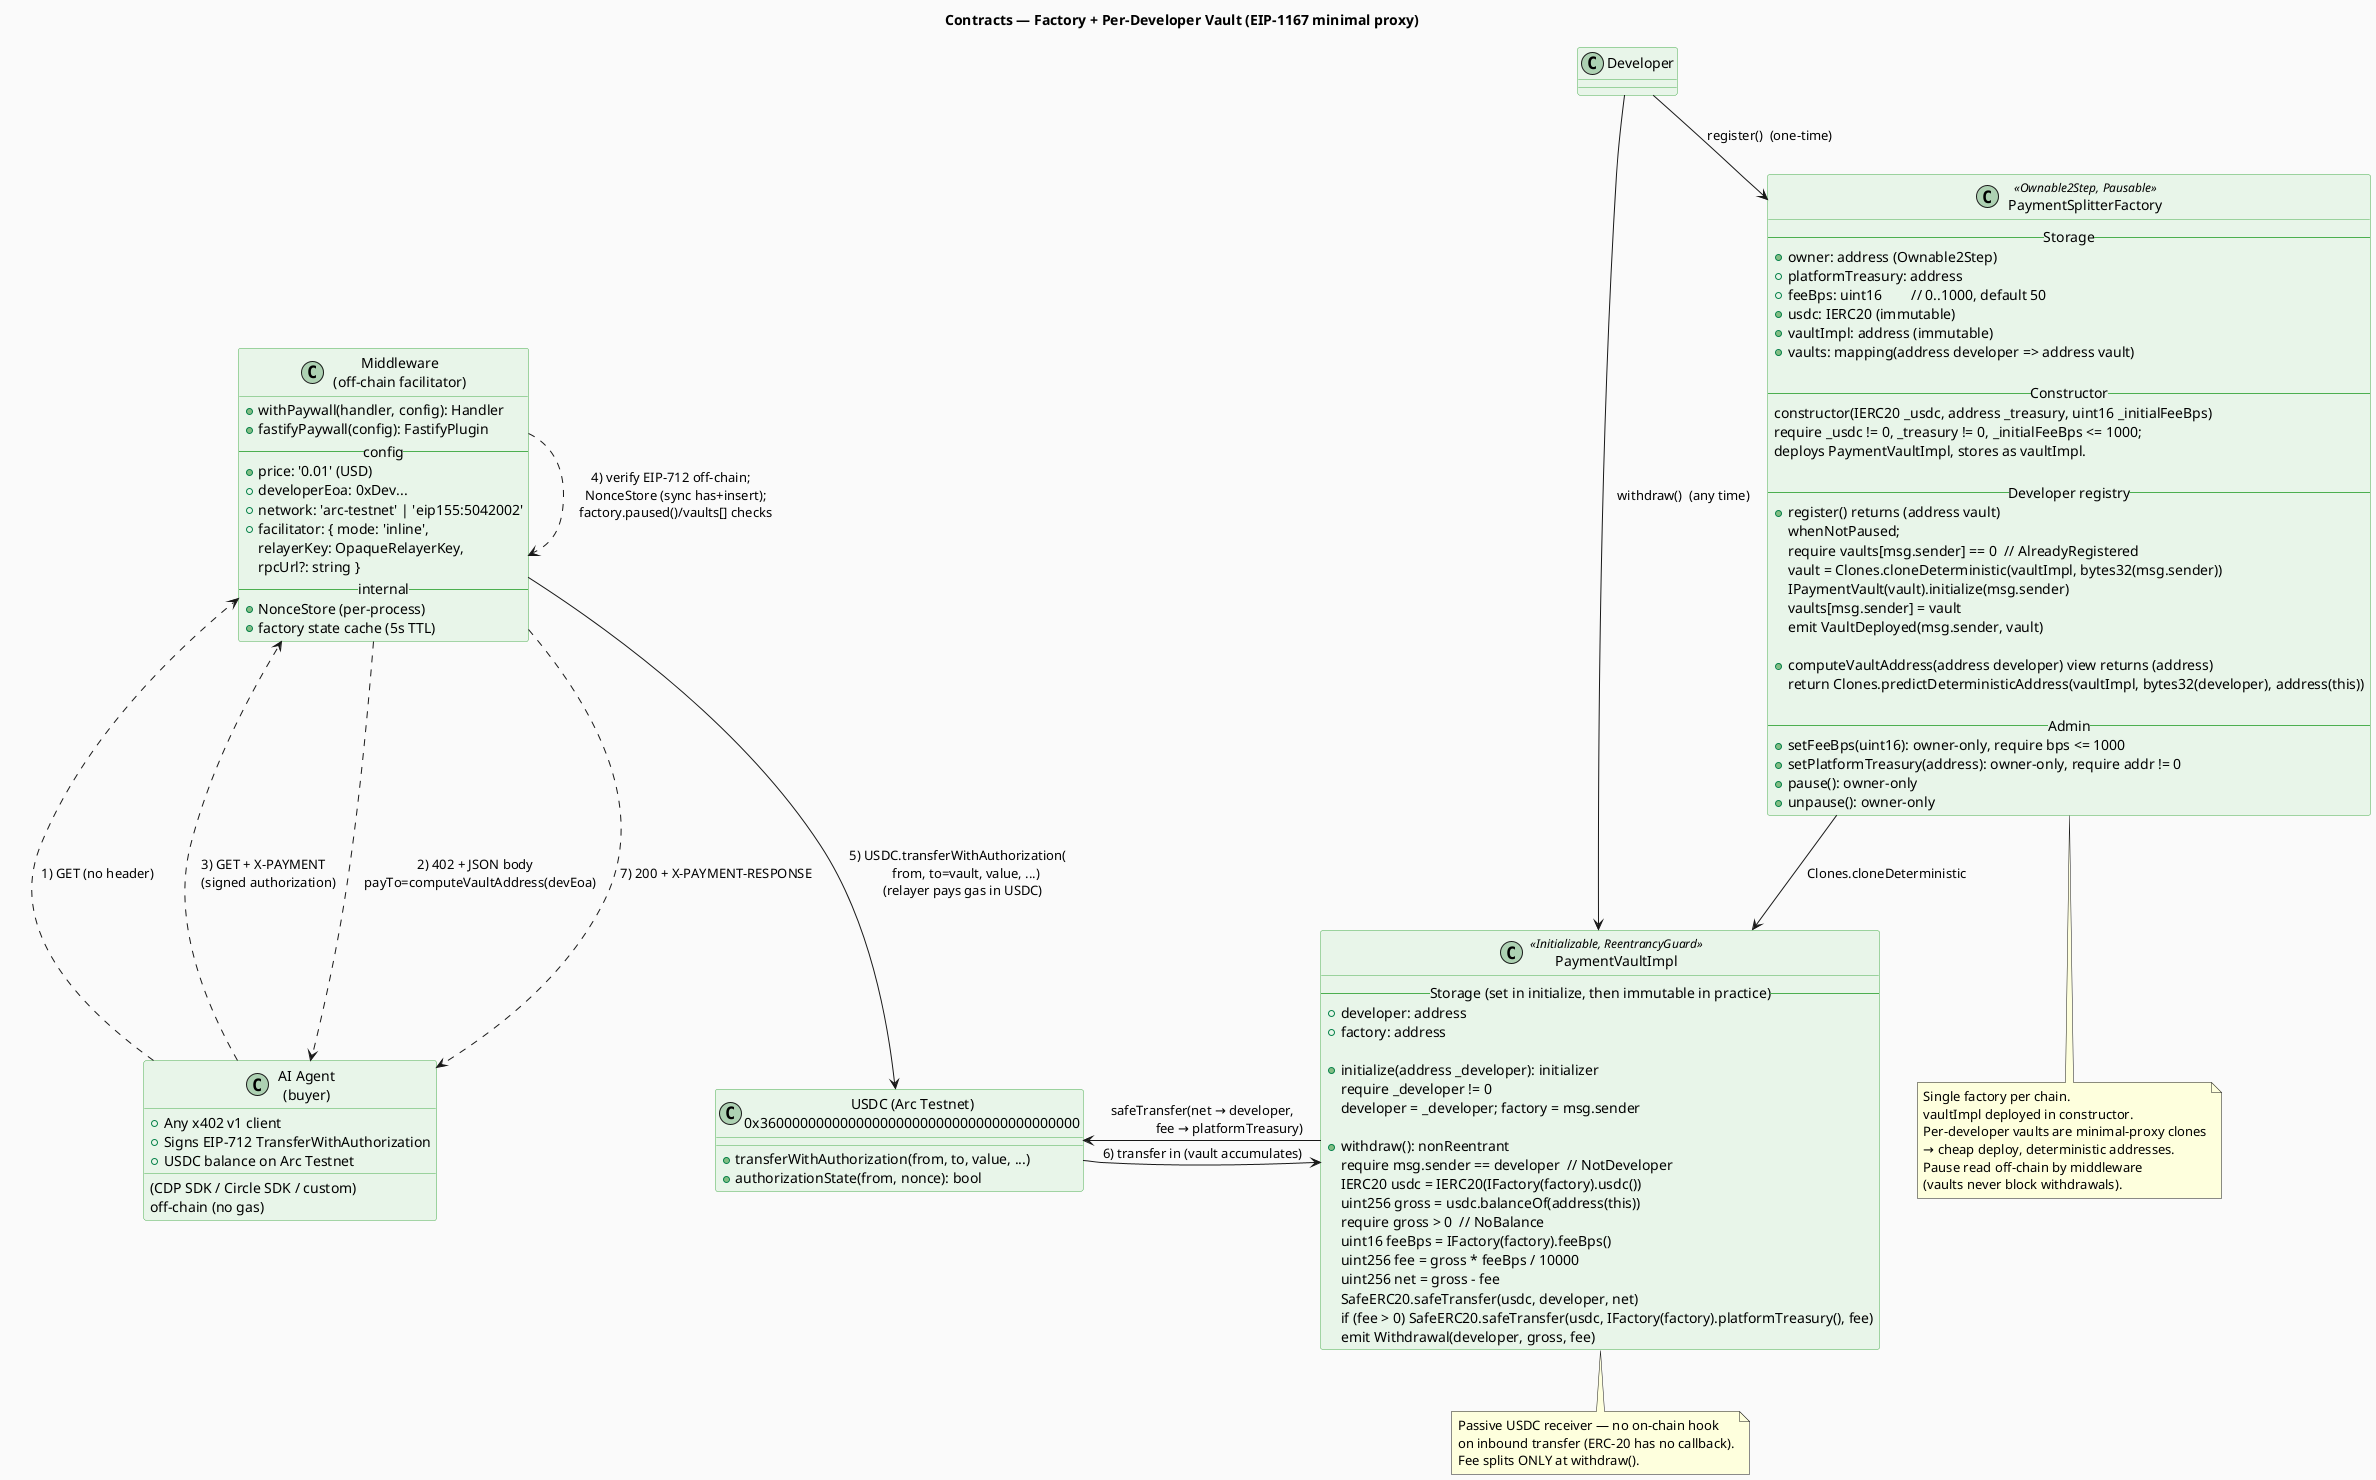
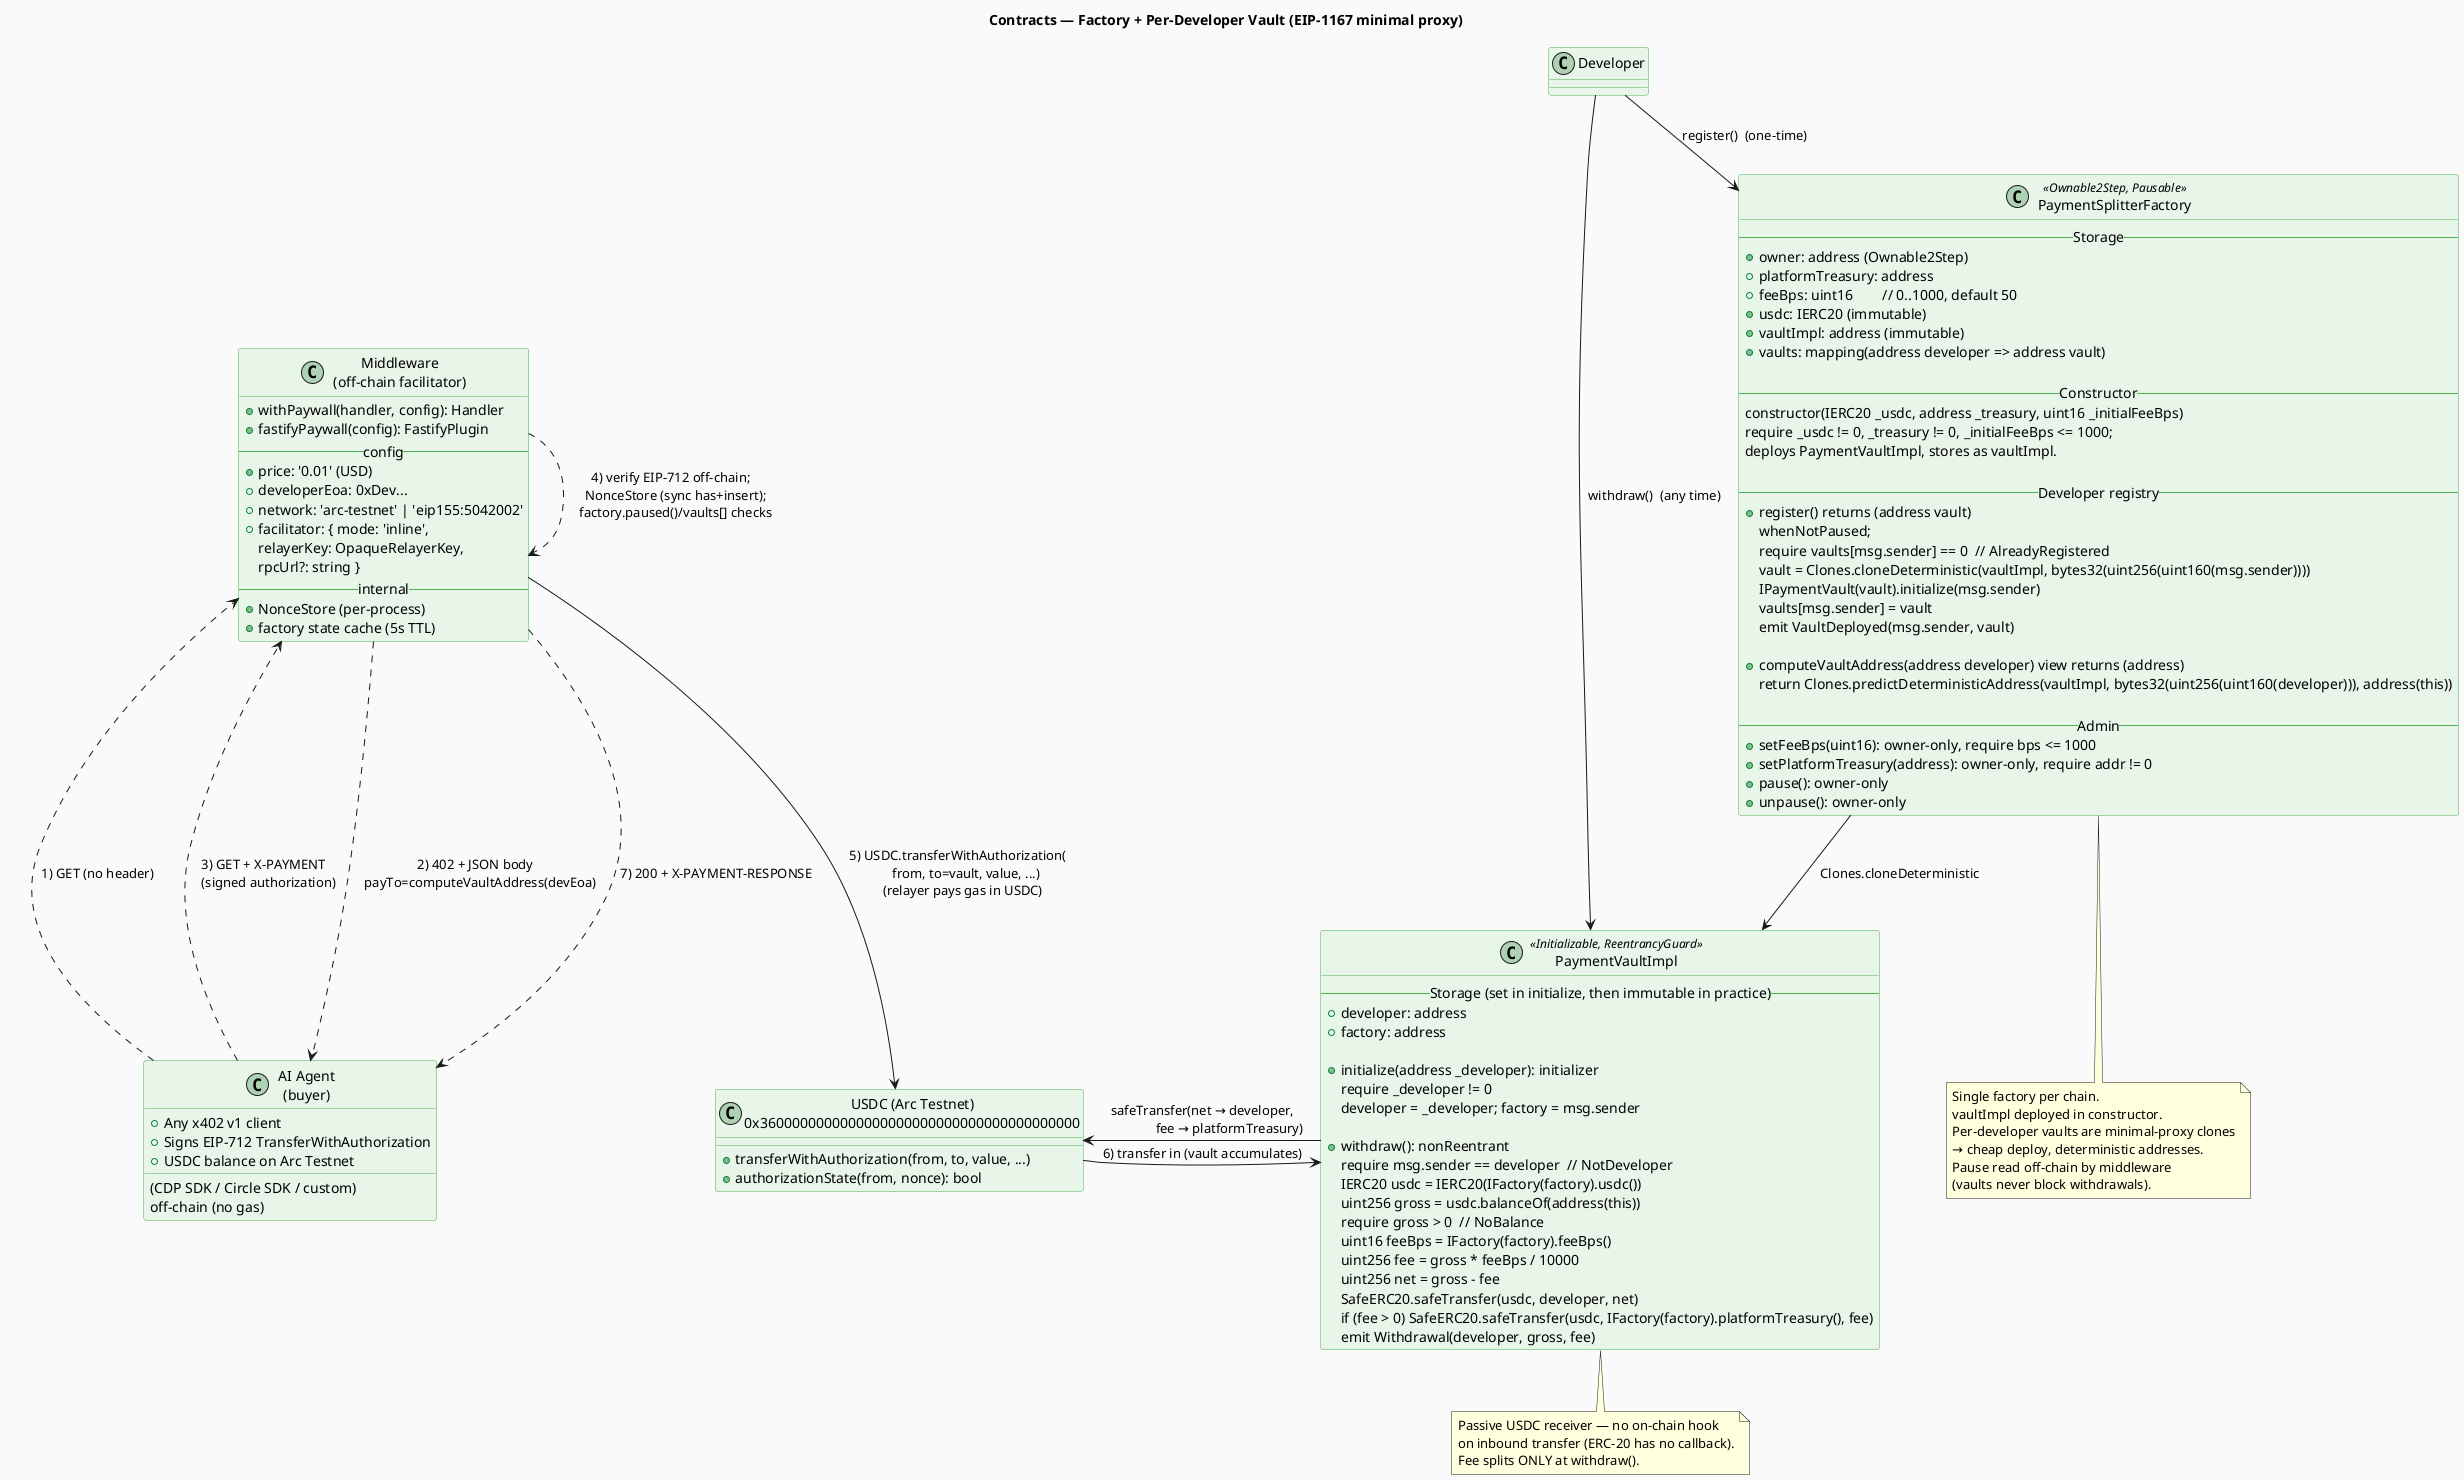
@startuml contract-architecture
title Contracts — Factory + Per-Developer Vault (EIP-1167 minimal proxy)

skinparam backgroundColor #FAFAFA
skinparam classBackgroundColor #E8F5E9
skinparam classBorderColor #4CAF50

class PaymentSplitterFactory <<Ownable2Step, Pausable>> {
  -- Storage --
  + owner: address (Ownable2Step)
  + platformTreasury: address
  + feeBps: uint16        // 0..1000, default 50
  + usdc: IERC20 (immutable)
  + vaultImpl: address (immutable)
  + vaults: mapping(address developer => address vault)

  -- Constructor --
  constructor(IERC20 _usdc, address _treasury, uint16 _initialFeeBps)
    require _usdc != 0, _treasury != 0, _initialFeeBps <= 1000;
    deploys PaymentVaultImpl, stores as vaultImpl.

  -- Developer registry --
  + register() returns (address vault)
    whenNotPaused;
    require vaults[msg.sender] == 0  // AlreadyRegistered
-     vault = Clones.cloneDeterministic(vaultImpl, bytes32(msg.sender))
+     vault = Clones.cloneDeterministic(vaultImpl, bytes32(uint256(uint160(msg.sender))))
    IPaymentVault(vault).initialize(msg.sender)
    vaults[msg.sender] = vault
    emit VaultDeployed(msg.sender, vault)

  + computeVaultAddress(address developer) view returns (address)
-     return Clones.predictDeterministicAddress(vaultImpl, bytes32(developer), address(this))
+     return Clones.predictDeterministicAddress(vaultImpl, bytes32(uint256(uint160(developer))), address(this))

  -- Admin --
  + setFeeBps(uint16): owner-only, require bps <= 1000
  + setPlatformTreasury(address): owner-only, require addr != 0
  + pause(): owner-only
  + unpause(): owner-only
}

class PaymentVaultImpl <<Initializable, ReentrancyGuard>> {
  -- Storage (set in initialize, then immutable in practice) --
  + developer: address
  + factory: address

  + initialize(address _developer): initializer
    require _developer != 0
    developer = _developer; factory = msg.sender

  + withdraw(): nonReentrant
    require msg.sender == developer  // NotDeveloper
    IERC20 usdc = IERC20(IFactory(factory).usdc())
    uint256 gross = usdc.balanceOf(address(this))
    require gross > 0  // NoBalance
    uint16 feeBps = IFactory(factory).feeBps()
    uint256 fee = gross * feeBps / 10000
    uint256 net = gross - fee
    SafeERC20.safeTransfer(usdc, developer, net)
    if (fee > 0) SafeERC20.safeTransfer(usdc, IFactory(factory).platformTreasury(), fee)
    emit Withdrawal(developer, gross, fee)
}

class "Middleware\n(off-chain facilitator)" as MW {
  + withPaywall(handler, config): Handler
  + fastifyPaywall(config): FastifyPlugin
  -- config --
  + price: '0.01' (USD)
  + developerEoa: 0xDev...
  + network: 'arc-testnet' | 'eip155:5042002'
  + facilitator: { mode: 'inline',
                   relayerKey: OpaqueRelayerKey,
                   rpcUrl?: string }
  -- internal --
  + NonceStore (per-process)
  + factory state cache (5s TTL)
}

class "AI Agent\n(buyer)" as Agent {
  + Any x402 v1 client
    (CDP SDK / Circle SDK / custom)
  + Signs EIP-712 TransferWithAuthorization
    off-chain (no gas)
  + USDC balance on Arc Testnet
}

class "USDC (Arc Testnet)\n0x3600000000000000000000000000000000000000" as USDC {
  + transferWithAuthorization(from, to, value, ...)
  + authorizationState(from, nonce): bool
}

Agent ..> MW : 1) GET (no header)
MW ..> Agent : 2) 402 + JSON body\n   payTo=computeVaultAddress(devEoa)
Agent ..> MW : 3) GET + X-PAYMENT\n   (signed authorization)
MW ..> MW : 4) verify EIP-712 off-chain;\n   NonceStore (sync has+insert);\n   factory.paused()/vaults[] checks
MW --> USDC : 5) USDC.transferWithAuthorization(\n     from, to=vault, value, ...)\n   (relayer pays gas in USDC)
USDC -> PaymentVaultImpl : 6) transfer in (vault accumulates)
MW ..> Agent : 7) 200 + X-PAYMENT-RESPONSE

"Developer" --> PaymentSplitterFactory : register()  (one-time)
PaymentSplitterFactory --> PaymentVaultImpl : Clones.cloneDeterministic
"Developer" --> PaymentVaultImpl : withdraw()  (any time)
PaymentVaultImpl --> USDC : safeTransfer(net → developer,\n                fee → platformTreasury)

note bottom of PaymentSplitterFactory
  Single factory per chain.
  vaultImpl deployed in constructor.
  Per-developer vaults are minimal-proxy clones
  → cheap deploy, deterministic addresses.
  Pause read off-chain by middleware
  (vaults never block withdrawals).
end note

note bottom of PaymentVaultImpl
  Passive USDC receiver — no on-chain hook
  on inbound transfer (ERC-20 has no callback).
  Fee splits ONLY at withdraw().
end note

@enduml
